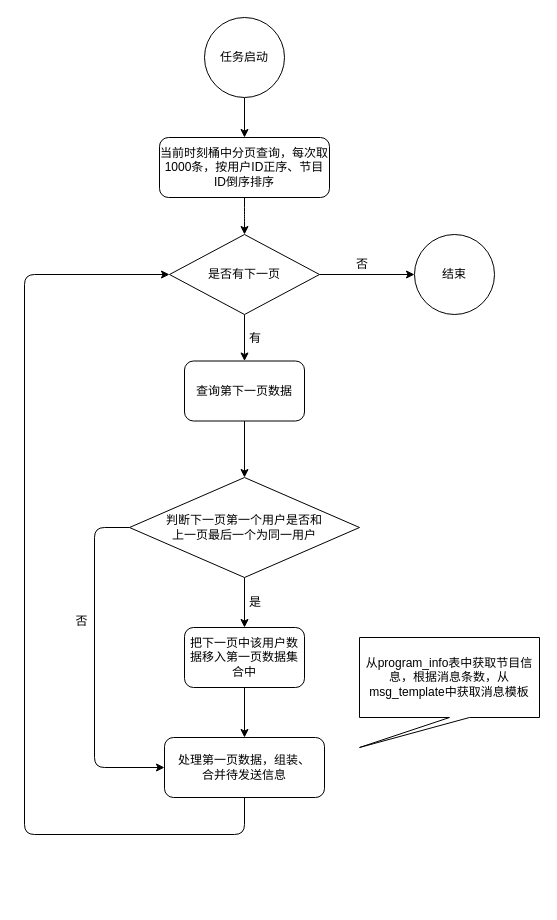
This is 提醒消息合并流程.drawio from xfbxag/weijia, a draw.io file, before an edit. Source tidied: cells renumbered, new cells numbered last; positions are measured from the earlier drawing's top-left corner, leaving out a move shared by most shapes. Both pictures are drawn from the tidied source at 100%, with x=0, y=0 at pixel (24, 17).
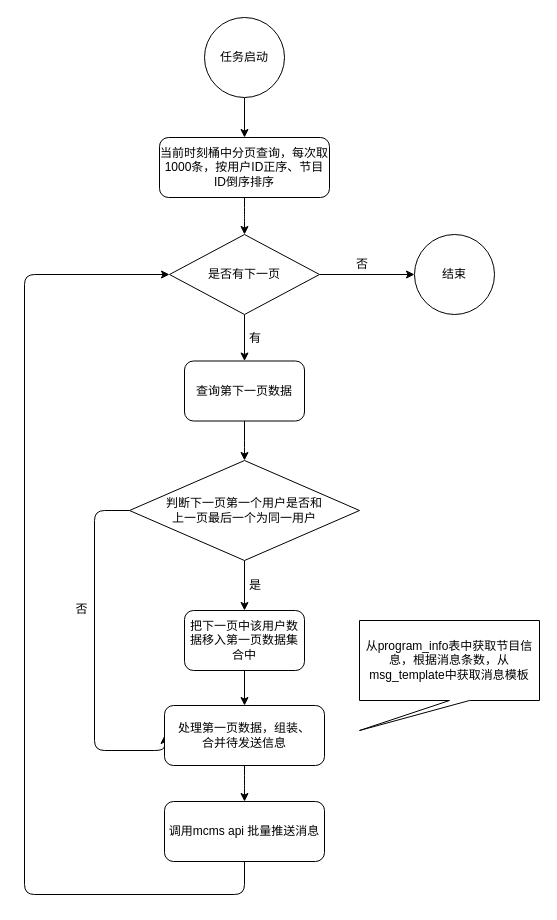
The same diagram, later.

Commit message:
Update 提醒消息合并流程.drawio

Unchanged cells that the change refers to:
```xml
<mxCell id="20" value="是否有下一页" style="rhombus;whiteSpace=wrap;html=1;" parent="1" vertex="1">
  <mxGeometry x="145" y="217" width="150" height="80" as="geometry" />
</mxCell>
```

The edit, as a diff of the source:
```diff
@@
     <mxCell id="9" style="edgeStyle=orthogonalEdgeStyle;rounded=1;jettySize=auto;html=1;entryX=0;entryY=0.5;entryDx=0;entryDy=0;exitX=0;exitY=0.5;exitDx=0;exitDy=0;strokeColor=#000000;" parent="1" edge="1" source="11" target="15">
       <mxGeometry relative="1" as="geometry">
         <Array as="points">
-          <mxPoint x="70" y="510" />
-          <mxPoint x="70" y="750" />
+          <mxPoint x="70" y="493" />
+          <mxPoint x="70" y="733" />
         </Array>
       </mxGeometry>
     </mxCell>
@@
     <mxCell id="11" value="判断下一页第一个用户是否和&lt;br&gt;上一页最后一个为同一用户" style="rhombus;whiteSpace=wrap;html=1;" parent="1" vertex="1">
-      <mxGeometry x="105" y="460" width="230" height="100" as="geometry" />
+      <mxGeometry x="105" y="443" width="230" height="100" as="geometry" />
     </mxCell>
@@
     <mxCell id="13" value="把下一页中该用户数据移入第一页数据集合中" style="rounded=1;whiteSpace=wrap;html=1;" parent="1" vertex="1">
-      <mxGeometry x="160" y="610" width="120" height="60" as="geometry" />
+      <mxGeometry x="160" y="593" width="120" height="60" as="geometry" />
     </mxCell>
-    <mxCell id="14" style="edgeStyle=orthogonalEdgeStyle;rounded=1;jettySize=auto;html=1;strokeColor=#000000;exitX=0.5;exitY=1;exitDx=0;exitDy=0;entryX=0;entryY=0.5;entryDx=0;entryDy=0;" parent="1" edge="1" source="15" target="20">
+    <mxCell id="14" style="edgeStyle=orthogonalEdgeStyle;rounded=1;jettySize=auto;html=1;strokeColor=#000000;exitX=0.5;exitY=1;exitDx=0;exitDy=0;entryX=0;entryY=0.5;entryDx=0;entryDy=0;" parent="1" edge="1" source="25" target="20">
       <mxGeometry relative="1" as="geometry">
         <Array as="points">
-          <mxPoint x="220" y="817" />
-          <mxPoint y="817" />
+          <mxPoint x="220" y="877" />
+          <mxPoint y="877" />
           <mxPoint y="257" />
         </Array>
       </mxGeometry>
     </mxCell>
+    <mxCell id="24" style="edgeStyle=orthogonalEdgeStyle;rounded=1;jettySize=auto;html=1;strokeColor=#000000;" parent="1" edge="1" source="15" target="25">
+      <mxGeometry relative="1" as="geometry" />
+    </mxCell>
     <mxCell id="15" value="处理第一页数据，组装、&lt;br&gt;合并待发送信息" style="rounded=1;whiteSpace=wrap;html=1;" parent="1" vertex="1">
-      <mxGeometry x="140" y="720" width="160" height="60" as="geometry" />
+      <mxGeometry x="140" y="688" width="160" height="60" as="geometry" />
     </mxCell>
     <mxCell id="16" value="是" style="text;html=1;align=left;verticalAlign=top;spacingTop=-4;" parent="1" vertex="1">
-      <mxGeometry x="223" y="575" width="30" height="20" as="geometry" />
+      <mxGeometry x="223" y="558" width="30" height="20" as="geometry" />
     </mxCell>
     <mxCell id="17" value="从program_info表中获取节目信息，根据消息条数，从msg_template中获取消息模板" style="shape=callout;whiteSpace=wrap;html=1;perimeter=calloutPerimeter;position2=0;" parent="1" vertex="1">
-      <mxGeometry x="335" y="620" width="180" height="110" as="geometry" />
+      <mxGeometry x="335" y="603" width="180" height="110" as="geometry" />
     </mxCell>
@@
+    <mxCell id="25" value="调用mcms api 批量推送消息" style="rounded=1;whiteSpace=wrap;html=1;" parent="1" vertex="1">
+      <mxGeometry x="140" y="784" width="160" height="60" as="geometry" />
+    </mxCell>
```
